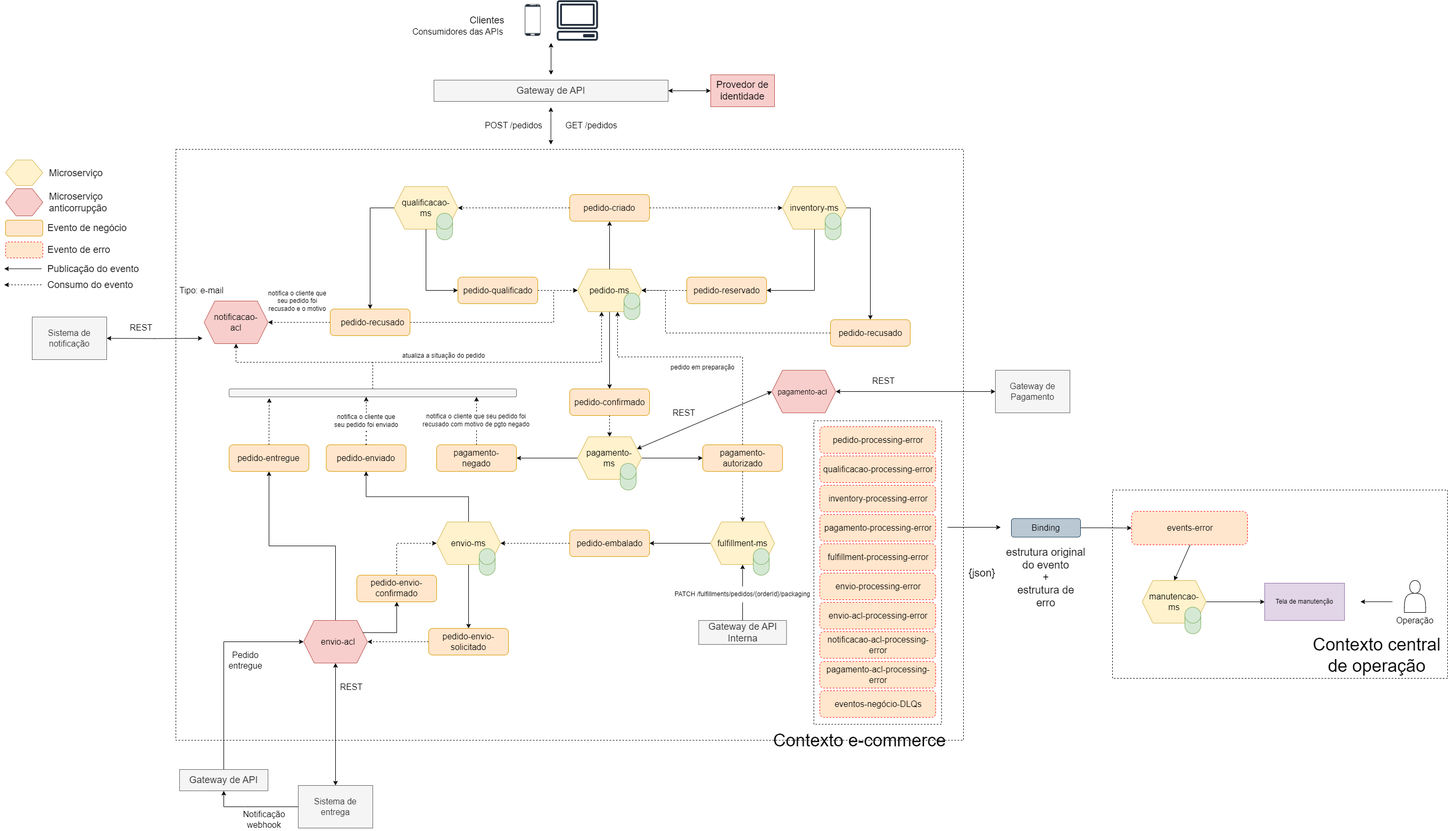
The draw.io diagram cap10/imagens/diagrama-coreografia-eventos.png in rpicanco/livro-eda, before a commit. Source tidied: cells renumbered, new cells last; positions are measured from the earlier drawing's top-left corner, leaving out a move shared by most shapes.
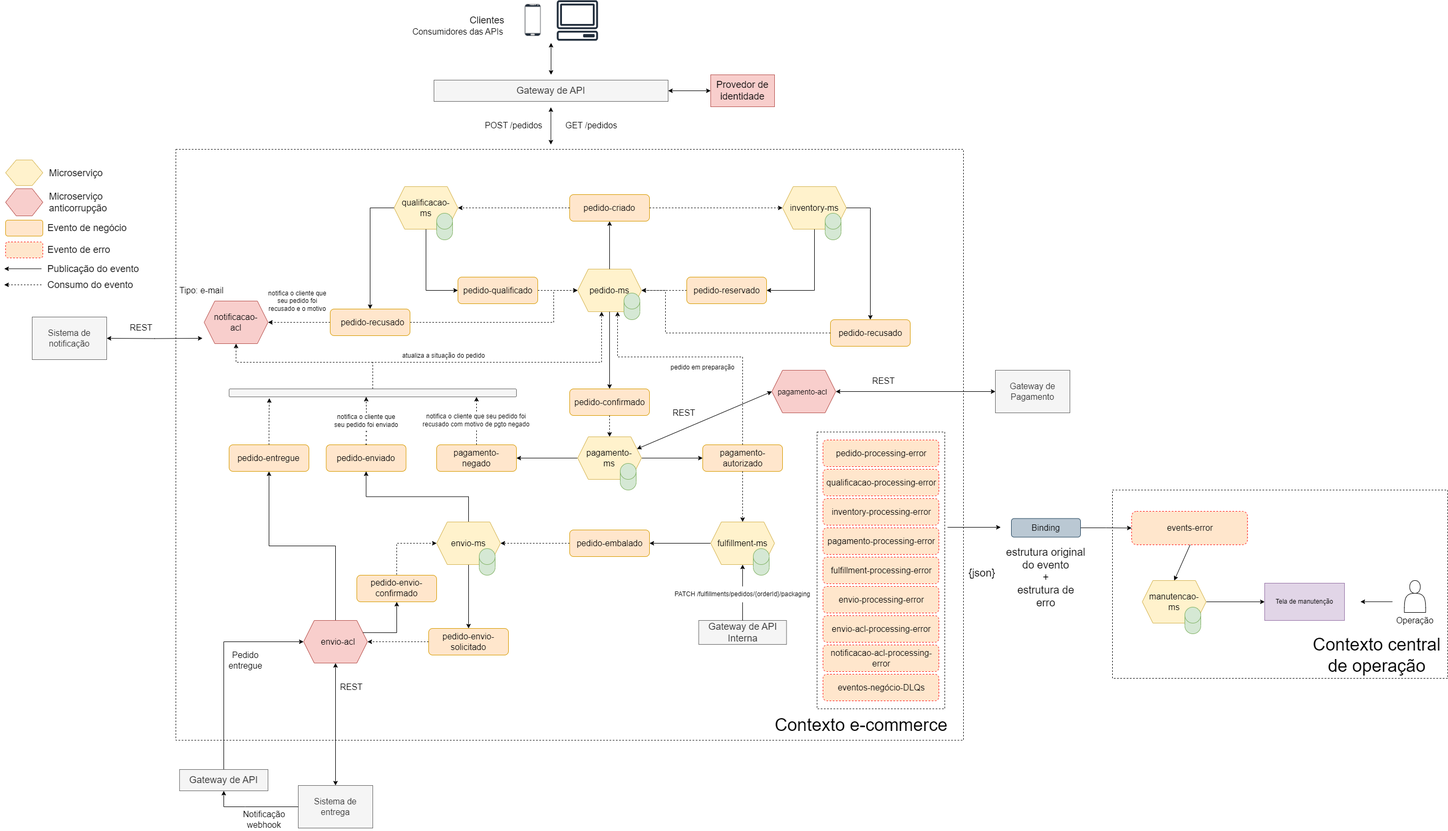
Above is the later version.

Commit message:
ajuste pontual

The edit, as a diff of the source:
```diff
@@ -9,7 +9,7 @@
       <mxGeometry relative="1" as="geometry" />
     </mxCell>
     <mxCell id="4" style="rounded=0;whiteSpace=wrap;html=1;fillColor=none;dashed=1;" parent="1" vertex="1">
-      <mxGeometry x="1520.9" y="790" width="240" height="570" as="geometry" />
+      <mxGeometry x="1526.9" y="811" width="240" height="520" as="geometry" />
     </mxCell>
     <mxCell id="5" style="rounded=0;whiteSpace=wrap;html=1;fillColor=none;dashed=1;" parent="1" vertex="1">
       <mxGeometry x="2082" y="920" width="630" height="353.8" as="geometry" />
@@ -75,7 +75,7 @@
       <mxGeometry x="892" y="220" width="130" height="30" as="geometry" />
     </mxCell>
     <mxCell id="25" value="&lt;font style=&quot;font-size: 33px;&quot;&gt;Contexto e-commerce&lt;/font&gt;" style="text;html=1;strokeColor=none;fillColor=none;align=center;verticalAlign=middle;whiteSpace=wrap;rounded=0;fontSize=16;" parent="1" vertex="1">
-      <mxGeometry x="1437" y="1360" width="340" height="60" as="geometry" />
+      <mxGeometry x="1440" y="1331" width="340" height="60" as="geometry" />
     </mxCell>
     <mxCell id="26" value="&lt;font style=&quot;font-size: 16px;&quot;&gt;Consumidores das APIs&lt;/font&gt;" style="text;html=1;strokeColor=none;fillColor=none;align=center;verticalAlign=middle;whiteSpace=wrap;rounded=0;fontSize=16;" parent="1" vertex="1">
       <mxGeometry x="757" y="42" width="190" height="34" as="geometry" />
@@ -202,7 +202,7 @@
       <mxGeometry x="429.5" y="835" width="135" height="50" as="geometry" />
     </mxCell>
     <mxCell id="65" style="group;" parent="1" vertex="1">
-      <mxGeometry x="1532" y="966" width="220" height="50" as="geometry" />
+      <mxGeometry x="1538" y="991" width="220" height="50" as="geometry" />
     </mxCell>
     <mxCell id="66" style="rounded=1;whiteSpace=wrap;html=1;fillColor=#ffe6cc;strokeColor=#FF0000;dashed=1;" parent="65" vertex="1">
       <mxGeometry width="217.8" height="50" as="geometry" />
@@ -211,7 +211,7 @@
       <mxGeometry width="220" height="50" as="geometry" />
     </mxCell>
     <mxCell id="68" style="group;" parent="1" vertex="1">
-      <mxGeometry x="1532" y="1076" width="220" height="50" as="geometry" />
+      <mxGeometry x="1538" y="1101" width="220" height="50" as="geometry" />
     </mxCell>
     <mxCell id="69" style="rounded=1;whiteSpace=wrap;html=1;fillColor=#ffe6cc;strokeColor=#FF0000;dashed=1;" parent="68" vertex="1">
       <mxGeometry width="217.8" height="50" as="geometry" />
@@ -220,7 +220,7 @@
       <mxGeometry width="220" height="50" as="geometry" />
     </mxCell>
     <mxCell id="71" style="group;" parent="1" vertex="1">
-      <mxGeometry x="1532" y="801" width="220" height="50" as="geometry" />
+      <mxGeometry x="1538" y="826" width="220" height="50" as="geometry" />
     </mxCell>
     <mxCell id="72" style="rounded=1;whiteSpace=wrap;html=1;fillColor=#ffe6cc;strokeColor=#FF0000;dashed=1;" parent="71" vertex="1">
       <mxGeometry width="217.8" height="50" as="geometry" />
@@ -229,7 +229,7 @@
       <mxGeometry width="220" height="50" as="geometry" />
     </mxCell>
     <mxCell id="74" style="group;" parent="1" vertex="1">
-      <mxGeometry x="1532" y="911" width="220" height="50" as="geometry" />
+      <mxGeometry x="1538" y="936" width="220" height="50" as="geometry" />
     </mxCell>
     <mxCell id="75" style="rounded=1;whiteSpace=wrap;html=1;fillColor=#ffe6cc;strokeColor=#FF0000;dashed=1;" parent="74" vertex="1">
       <mxGeometry width="217.8" height="50" as="geometry" />
@@ -238,7 +238,7 @@
       <mxGeometry width="220" height="50" as="geometry" />
     </mxCell>
     <mxCell id="77" style="group;" parent="1" vertex="1">
-      <mxGeometry x="1532" y="1021" width="220" height="50" as="geometry" />
+      <mxGeometry x="1538" y="1046" width="220" height="50" as="geometry" />
     </mxCell>
     <mxCell id="78" style="rounded=1;whiteSpace=wrap;html=1;fillColor=#ffe6cc;strokeColor=#FF0000;dashed=1;" parent="77" vertex="1">
       <mxGeometry width="217.8" height="50" as="geometry" />
@@ -502,13 +502,13 @@
       <mxGeometry x="2118" y="960" width="220" height="62.8" as="geometry" />
     </mxCell>
     <mxCell id="155" style="rounded=1;whiteSpace=wrap;html=1;fillColor=#ffe6cc;strokeColor=#FF0000;dashed=1;" parent="1" vertex="1">
-      <mxGeometry x="1532" y="856" width="217.8" height="50" as="geometry" />
+      <mxGeometry x="1538" y="881" width="217.8" height="50" as="geometry" />
     </mxCell>
     <mxCell id="156" value="&lt;font style=&quot;font-size: 16px;&quot;&gt;qualificacao-processing-error&lt;/font&gt;" style="text;html=1;strokeColor=none;fillColor=none;align=center;verticalAlign=middle;whiteSpace=wrap;rounded=0;fontSize=16;" parent="1" vertex="1">
-      <mxGeometry x="1532" y="856" width="220" height="50" as="geometry" />
+      <mxGeometry x="1538" y="881" width="220" height="50" as="geometry" />
     </mxCell>
     <mxCell id="157" style="group;" parent="1" vertex="1">
-      <mxGeometry x="1532" y="1297" width="220" height="50" as="geometry" />
+      <mxGeometry x="1538" y="1266" width="220" height="50" as="geometry" />
     </mxCell>
     <mxCell id="158" style="rounded=1;whiteSpace=wrap;html=1;fillColor=#ffe6cc;strokeColor=#FF0000;dashed=1;" parent="157" vertex="1">
       <mxGeometry width="217.8" height="50" as="geometry" />
@@ -596,7 +596,7 @@
       <mxGeometry x="1247" y="675" width="130" height="30" as="geometry" />
     </mxCell>
     <mxCell id="181" style="group;" parent="1" vertex="1">
-      <mxGeometry x="1532" y="1131" width="220" height="50" as="geometry" />
+      <mxGeometry x="1538" y="1156" width="220" height="50" as="geometry" />
     </mxCell>
     <mxCell id="182" style="rounded=1;whiteSpace=wrap;html=1;fillColor=#ffe6cc;strokeColor=#FF0000;dashed=1;" parent="181" vertex="1">
       <mxGeometry width="217.8" height="50" as="geometry" />
@@ -605,7 +605,7 @@
       <mxGeometry width="220" height="50" as="geometry" />
     </mxCell>
     <mxCell id="184" style="group;" parent="1" vertex="1">
-      <mxGeometry x="1532" y="1186" width="220" height="50" as="geometry" />
+      <mxGeometry x="1538" y="1211" width="220" height="50" as="geometry" />
     </mxCell>
     <mxCell id="185" style="rounded=1;whiteSpace=wrap;html=1;fillColor=#ffe6cc;strokeColor=#FF0000;dashed=1;" parent="184" vertex="1">
       <mxGeometry width="217.8" height="50" as="geometry" />
@@ -613,15 +613,6 @@
     <mxCell id="186" value="&lt;font style=&quot;font-size: 16px;&quot;&gt;notificacao-acl-processing-error&lt;/font&gt;" style="text;html=1;strokeColor=none;fillColor=none;align=center;verticalAlign=middle;whiteSpace=wrap;rounded=0;fontSize=16;" parent="184" vertex="1">
       <mxGeometry width="220" height="50" as="geometry" />
     </mxCell>
-    <mxCell id="187" style="group;" parent="1" vertex="1">
-      <mxGeometry x="1532" y="1242" width="220" height="50" as="geometry" />
-    </mxCell>
-    <mxCell id="188" style="rounded=1;whiteSpace=wrap;html=1;fillColor=#ffe6cc;strokeColor=#FF0000;dashed=1;" parent="187" vertex="1">
-      <mxGeometry width="217.8" height="50" as="geometry" />
-    </mxCell>
-    <mxCell id="189" value="&lt;font style=&quot;font-size: 16px;&quot;&gt;pagamento-acl-processing-error&lt;/font&gt;" style="text;html=1;strokeColor=none;fillColor=none;align=center;verticalAlign=middle;whiteSpace=wrap;rounded=0;fontSize=16;" parent="187" vertex="1">
-      <mxGeometry width="220" height="50" as="geometry" />
-    </mxCell>
     <mxCell id="190" value="Gateway de API Interna" style="rounded=0;whiteSpace=wrap;html=1;fontSize=18;fillColor=#f5f5f5;strokeColor=#666666;fontColor=#333333;" parent="1" vertex="1">
       <mxGeometry x="1304.5" y="1165" width="165" height="45" as="geometry" />
     </mxCell>
```
